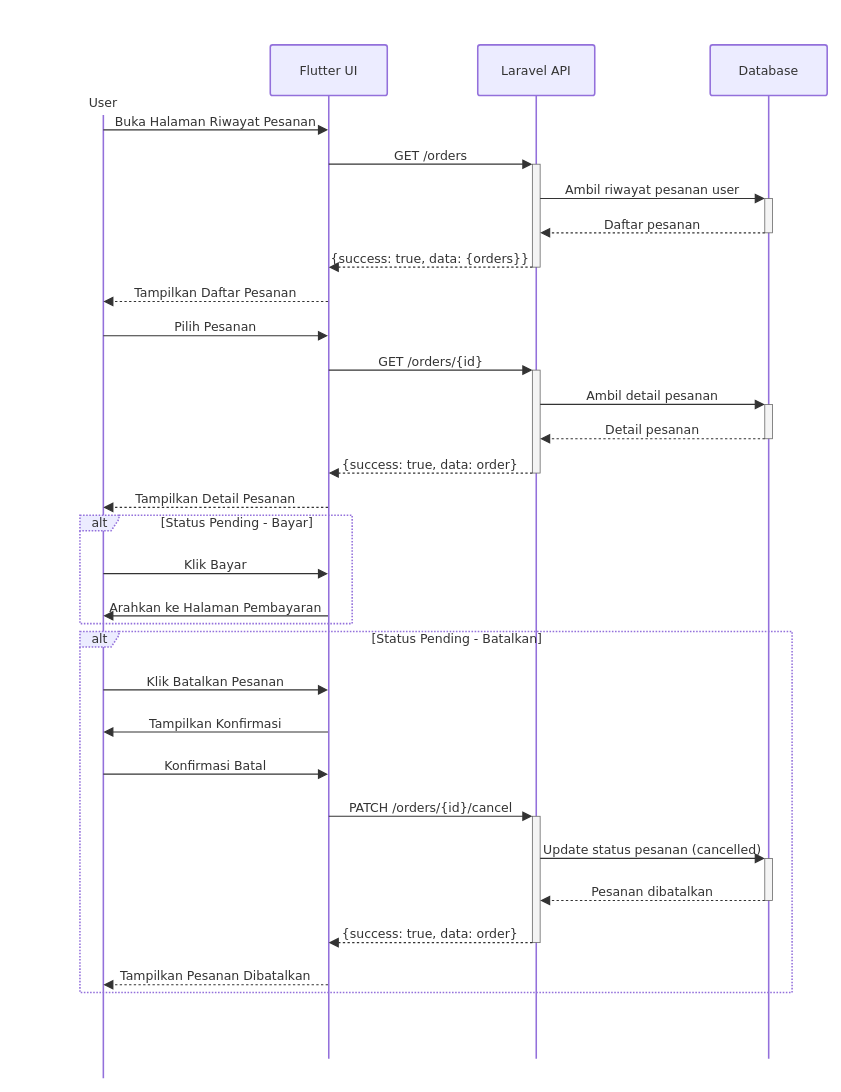
Before: page "kelola pesanan" (3 of 18) of assets/uml/sequence warmindo.drawio in RIOKOWI/warmindo_purnama_flutter, a draw.io diagram. Source tidied: cells renumbered, new cells numbered last; positions are measured from the earlier drawing's top-left corner, leaving out a move shared by most shapes. Both pictures are drawn from the tidied source at 78%, with x=0, y=0 at pixel (13, 13).
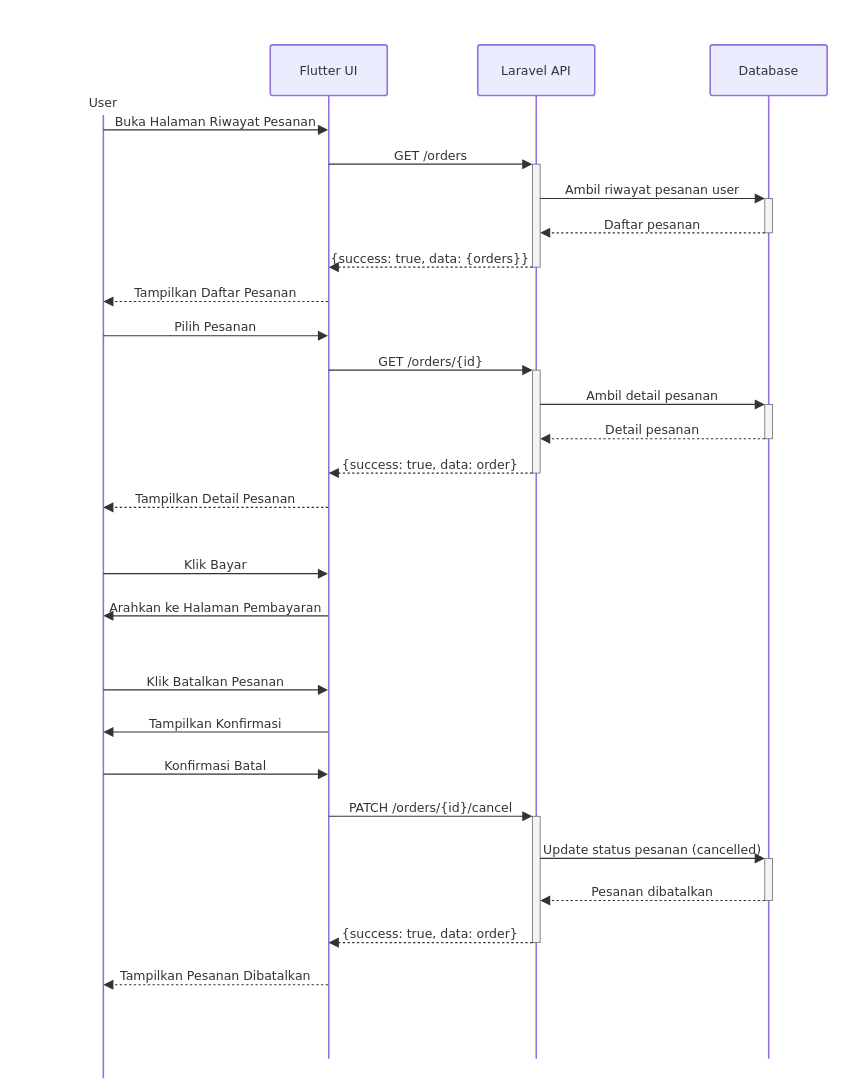
After the change.

The change refers to these unchanged cells:
```xml
<mxCell id="2" style="group;transparentBounds=1;editIcon=1;lockedGroup=0;groupPadding=20;" parent="1" vertex="1">
  <mxGeometry as="geometry" />
</mxCell>
```

What changed in the source:
```diff
@@
-    <mxCell id="13" value="alt" style="html=1;shape=umlFrame;dashed=1;fixDash=1;dashPattern=2 2;strokeWidth=2;fillColor=light-dark(#ECECFF,#1f2020);strokeColor=light-dark(#9370DB,#cccccc);fontSize=16;align=center;verticalAlign=middle;fontFamily=Trebuchet MS,Verdana,Arial,sans-serif;fontColor=light-dark(#333333,#cccccc);height=20;width=50;" parent="2" vertex="1">
-      <mxGeometry x="85" y="643" width="349" height="139" as="geometry" />
-    </mxCell>
-    <mxCell id="14" value="[Status Pending - Bayar]" style="text;strokeColor=none;fillColor=none;align=center;verticalAlign=middle;whiteSpace=wrap;fontSize=16;fontFamily=Trebuchet MS,Verdana,Arial,sans-serif;fontColor=light-dark(#333333,#cccccc);" parent="13" vertex="1">
-      <mxGeometry x="54" y="2" width="295" height="16" as="geometry" />
-    </mxCell>
-    <mxCell id="15" value="alt" style="html=1;shape=umlFrame;dashed=1;fixDash=1;dashPattern=2 2;strokeWidth=2;fillColor=light-dark(#ECECFF,#1f2020);strokeColor=light-dark(#9370DB,#cccccc);fontSize=16;align=center;verticalAlign=middle;fontFamily=Trebuchet MS,Verdana,Arial,sans-serif;fontColor=light-dark(#333333,#cccccc);height=20;width=50;" parent="2" vertex="1">
-      <mxGeometry x="85" y="792" width="913" height="463" as="geometry" />
-    </mxCell>
-    <mxCell id="16" value="[Status Pending - Batalkan]" style="text;strokeColor=none;fillColor=none;align=center;verticalAlign=middle;whiteSpace=wrap;fontSize=16;fontFamily=Trebuchet MS,Verdana,Arial,sans-serif;fontColor=light-dark(#333333,#cccccc);" parent="15" vertex="1">
-      <mxGeometry x="54" y="2" width="859" height="16" as="geometry" />
-    </mxCell>
```
